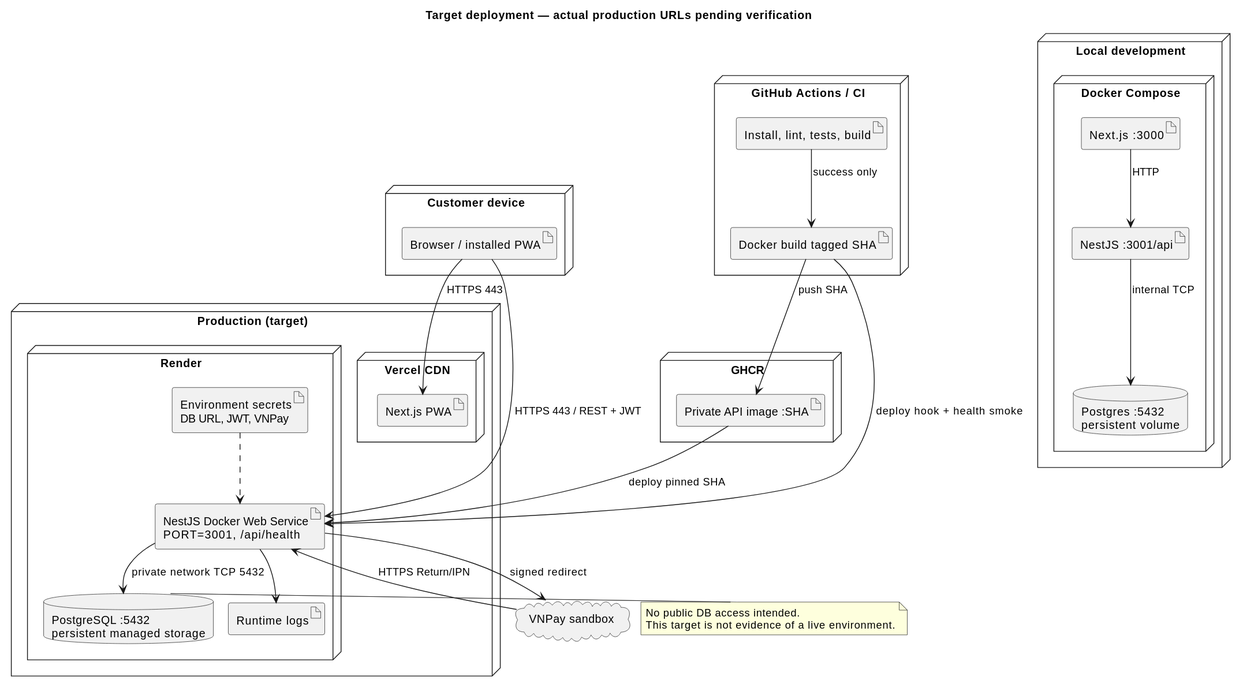
The PlantUML diagram docs/diagrams/deployment.svg in https-monstiez/BrewLite-AS2, before a commit.
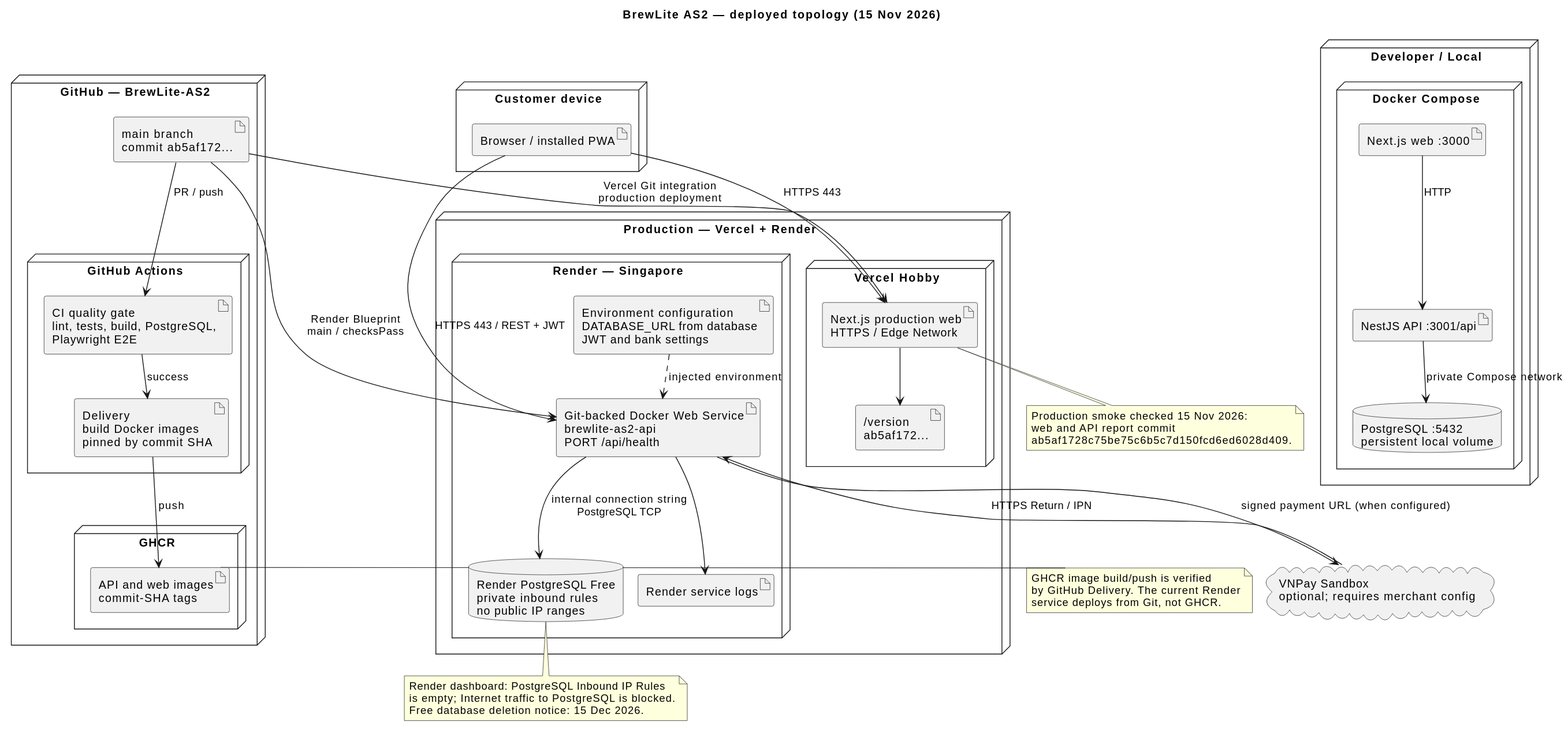
Above is the later version.

The edit, as a diff of the source:
```diff
@@ -2,51 +2,74 @@
 !pragma layout smetana
 skinparam shadowing false
 skinparam defaultFontName SansSerif
-title Target deployment — actual production URLs pending verification
-node "Local development" {
- node "Docker Compose" {
-  artifact "Next.js :3000" as localweb
-  artifact "NestJS :3001/api" as localapi
-  database "Postgres :5432\npersistent volume" as localdb
- }
- localweb --> localapi : HTTP
- localapi --> localdb : internal TCP
+title BrewLite AS2 — deployed topology (15 Nov 2026)
+
+node "Developer / Local" {
+  node "Docker Compose" {
+    artifact "Next.js web :3000" as localweb
+    artifact "NestJS API :3001/api" as localapi
+    database "PostgreSQL :5432\npersistent local volume" as localdb
+    localweb --> localapi : HTTP
+    localapi --> localdb : private Compose network
+  }
 }
-node "GitHub Actions / CI" {
- artifact "Install, lint, tests, build" as gate
- artifact "Docker build tagged SHA" as build
+
+node "GitHub — BrewLite-AS2" {
+  artifact "main branch\ncommit ab5af172..." as source
+  node "GitHub Actions" {
+    artifact "CI quality gate\nlint, tests, build, PostgreSQL,\nPlaywright E2E" as ci
+    artifact "Delivery\nbuild Docker images\npinned by commit SHA" as delivery
+  }
+  node "GHCR" {
+    artifact "API and web images\ncommit-SHA tags" as images
+  }
+  source --> ci : PR / push
+  ci --> delivery : success
+  delivery --> images : push
 }
-node "GHCR" {
- artifact "Private API image :SHA" as image
+
+node "Production — Vercel + Render" {
+  node "Vercel Hobby" {
+    artifact "Next.js production web\nHTTPS / Edge Network" as web
+    artifact "/version\nab5af172..." as webversion
+    web --> webversion
+  }
+  node "Render — Singapore" {
+    artifact "Git-backed Docker Web Service\nbrewlite-as2-api\nPORT /api/health" as api
+    database "Render PostgreSQL Free\nprivate inbound rules\nno public IP ranges" as db
+    artifact "Environment configuration\nDATABASE_URL from database\nJWT and bank settings" as secrets
+    artifact "Render service logs" as logs
+    api --> db : internal connection string\nPostgreSQL TCP
+    secrets ..> api : injected environment
+    api --> logs
+  }
+  source --> web : Vercel Git integration\nproduction deployment
+  source --> api : Render Blueprint\nmain / checksPass
 }
-node "Production (target)" {
- node "Vercel CDN" {
-  artifact "Next.js PWA" as web
- }
- node "Render" {
-  artifact "NestJS Docker Web Service\nPORT=3001, /api/health" as api
-  database "PostgreSQL :5432\npersistent managed storage" as db
-  artifact "Environment secrets\nDB URL, JWT, VNPay" as secrets
-  artifact "Runtime logs" as logs
- }
+
+node "Customer device" {
+  artifact "Browser / installed PWA" as client
 }
-node "Customer device" {
- artifact "Browser / installed PWA" as client
-}
-cloud "VNPay sandbox" as vnp
+
+cloud "VNPay Sandbox\noptional; requires merchant config" as vnp
 client --> web : HTTPS 443
 client --> api : HTTPS 443 / REST + JWT
-api --> db : private network TCP 5432
-api --> vnp : signed redirect
-vnp --> api : HTTPS Return/IPN
-secrets ..> api
-api --> logs
-gate --> build : success only
-build --> image : push SHA
-image --> api : deploy pinned SHA
-build --> api : deploy hook + health smoke
-note right of db
- No public DB access intended.
- This target is not evidence of a live environment.
+api --> vnp : signed payment URL (when configured)
+vnp --> api : HTTPS Return / IPN
+
+note right of images
+GHCR image build/push is verified
+by GitHub Delivery. The current Render
+service deploys from Git, not GHCR.
+end note
+note bottom of db
+Render dashboard: PostgreSQL Inbound IP Rules
+is empty; Internet traffic to PostgreSQL is blocked.
+Free database deletion notice: 15 Dec 2026.
+end note
+note bottom of web
+Production smoke checked 15 Nov 2026:
+web and API report commit
+ab5af1728c75be75c6b5c7d150fcd6ed6028d409.
 end note
 @enduml
```
